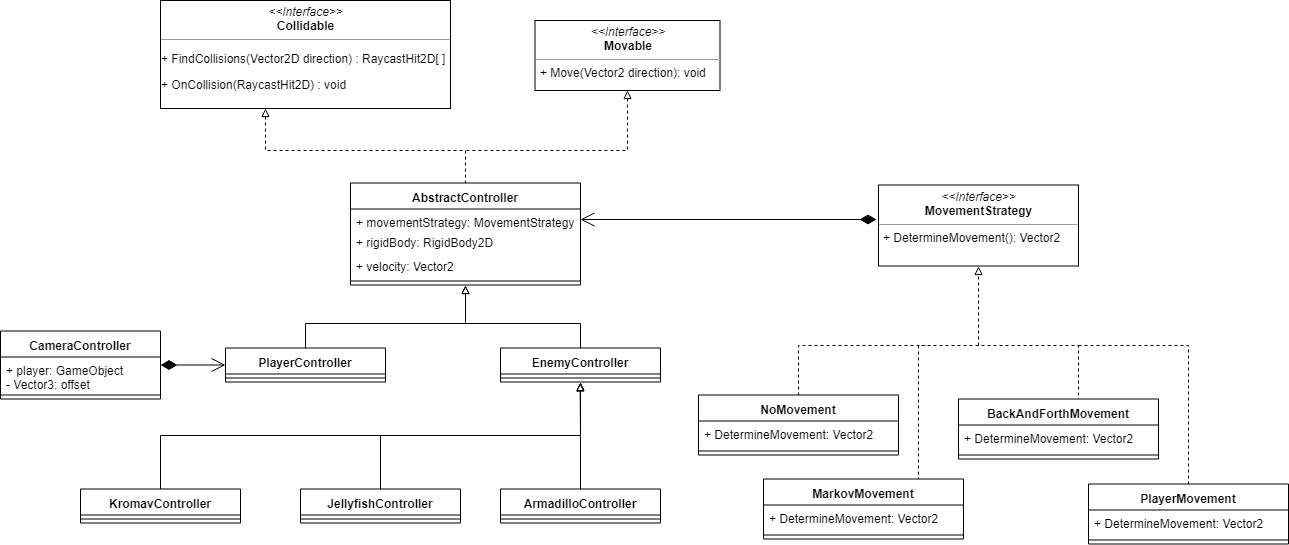
This is assets/img/uml_design.png from roberto-leandro/gloomnightgrove-website, a draw.io export, as it was before one commit. Source tidied: cells renumbered, new cells last; positions are measured from the earlier drawing's top-left corner, leaving out a move shared by most shapes.
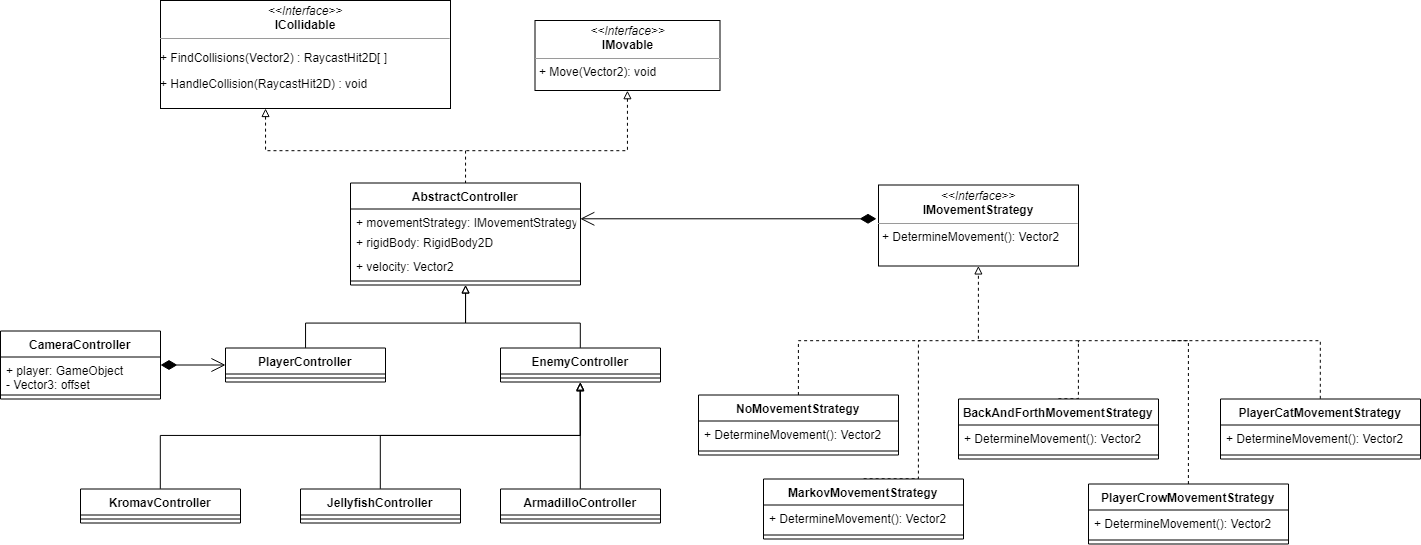
After the change.

Commit message:
Fixed some errors in the preliminary UML diagram.

What changed in the source:
```diff
@@ -24,7 +24,7 @@
         </Array>
       </mxGeometry>
     </mxCell>
-    <mxCell id="6" value="&lt;p style=&quot;margin: 0px ; margin-top: 4px ; text-align: center&quot;&gt;&lt;i&gt;&amp;lt;&amp;lt;Interface&amp;gt;&amp;gt;&lt;/i&gt;&lt;br&gt;&lt;b&gt;Movable&lt;/b&gt;&lt;/p&gt;&lt;hr size=&quot;1&quot;&gt;&lt;p style=&quot;margin: 0px ; margin-left: 4px&quot;&gt;+ Move(Vector2 direction): void&lt;/p&gt;" style="verticalAlign=top;align=left;overflow=fill;fontSize=12;fontFamily=Helvetica;html=1;" parent="1" vertex="1">
+    <mxCell id="6" value="&lt;p style=&quot;margin: 0px ; margin-top: 4px ; text-align: center&quot;&gt;&lt;i&gt;&amp;lt;&amp;lt;Interface&amp;gt;&amp;gt;&lt;/i&gt;&lt;br&gt;&lt;b&gt;IMovable&lt;/b&gt;&lt;/p&gt;&lt;hr size=&quot;1&quot;&gt;&lt;p style=&quot;margin: 0px ; margin-left: 4px&quot;&gt;+ Move(Vector2): void&lt;/p&gt;" style="verticalAlign=top;align=left;overflow=fill;fontSize=12;fontFamily=Helvetica;html=1;" parent="1" vertex="1">
       <mxGeometry x="534.5" y="20" width="185" height="70" as="geometry" />
     </mxCell>
     <mxCell id="7" style="edgeStyle=orthogonalEdgeStyle;rounded=0;jettySize=auto;html=1;endArrow=none;endFill=0;dashed=1;startArrow=block;startFill=0;entryX=0.5;entryY=0;entryDx=0;entryDy=0;" parent="1" edge="1" source="28" target="11">
@@ -52,7 +52,7 @@
     <mxCell id="11" value="AbstractController" style="swimlane;fontStyle=1;align=center;verticalAlign=top;horizontal=1;startSize=26;" parent="1" vertex="1">
       <mxGeometry x="350" y="182.5" width="230" height="102" as="geometry" />
     </mxCell>
-    <mxCell id="12" value="+ movementStrategy: MovementStrategy&#10;" style="text;strokeColor=none;fillColor=none;align=left;verticalAlign=top;spacingLeft=4;spacingRight=4;overflow=hidden;points=[[0,0.5],[1,0.5]];portConstraint=eastwest;" parent="11" vertex="1">
+    <mxCell id="12" value="+ movementStrategy: IMovementStrategy&#10;" style="text;strokeColor=none;fillColor=none;align=left;verticalAlign=top;spacingLeft=4;spacingRight=4;overflow=hidden;points=[[0,0.5],[1,0.5]];portConstraint=eastwest;" parent="11" vertex="1">
       <mxGeometry y="26" width="230" height="20" as="geometry" />
     </mxCell>
     <mxCell id="13" value="+ rigidBody: RigidBody2D&#10;" style="text;strokeColor=none;fillColor=none;align=left;verticalAlign=top;spacingLeft=4;spacingRight=4;overflow=hidden;" parent="11" vertex="1">
@@ -102,27 +102,28 @@
     <mxCell id="27" style="line;strokeWidth=1;fillColor=none;align=left;verticalAlign=middle;spacingTop=-1;spacingLeft=3;spacingRight=3;labelPosition=right;" parent="26" vertex="1">
       <mxGeometry y="26" width="160" height="8" as="geometry" />
     </mxCell>
-    <mxCell id="28" value="&lt;p style=&quot;margin: 0px ; margin-top: 4px ; text-align: center&quot;&gt;&lt;i&gt;&amp;lt;&amp;lt;Interface&amp;gt;&amp;gt;&lt;/i&gt;&lt;br&gt;&lt;b&gt;Collidable&lt;/b&gt;&lt;/p&gt;&lt;hr size=&quot;1&quot;&gt;&lt;p&gt;+ FindCollisions(Vector2D direction) : RaycastHit2D[ ]&lt;/p&gt;&lt;p&gt;+ OnCollision(RaycastHit2D) : void&amp;nbsp;&lt;/p&gt;" style="verticalAlign=top;align=left;overflow=fill;fontSize=12;fontFamily=Helvetica;html=1;" parent="1" vertex="1">
+    <mxCell id="28" value="&lt;p style=&quot;margin: 0px ; margin-top: 4px ; text-align: center&quot;&gt;&lt;i&gt;&amp;lt;&amp;lt;Interface&amp;gt;&amp;gt;&lt;/i&gt;&lt;br&gt;&lt;b&gt;ICollidable&lt;/b&gt;&lt;/p&gt;&lt;hr size=&quot;1&quot;&gt;&lt;p&gt;+ FindCollisions(Vector2) : RaycastHit2D[ ]&lt;/p&gt;&lt;p&gt;+ HandleCollision(RaycastHit2D) : void&amp;nbsp;&lt;/p&gt;" style="verticalAlign=top;align=left;overflow=fill;fontSize=12;fontFamily=Helvetica;html=1;" parent="1" vertex="1">
       <mxGeometry x="160" width="290" height="108" as="geometry" />
     </mxCell>
     <mxCell id="29" style="endArrow=open;html=1;endSize=12;startArrow=diamondThin;startSize=14;startFill=1;edgeStyle=orthogonalEdgeStyle;align=left;verticalAlign=bottom;" parent="1" edge="1" source="16" target="3">
       <mxGeometry x="-0.09" y="64" relative="1" as="geometry" />
     </mxCell>
-    <mxCell id="30" value="&lt;p style=&quot;margin: 0px ; margin-top: 4px ; text-align: center&quot;&gt;&lt;i&gt;&amp;lt;&amp;lt;Interface&amp;gt;&amp;gt;&lt;/i&gt;&lt;br&gt;&lt;b&gt;MovementStrategy&lt;/b&gt;&lt;/p&gt;&lt;hr size=&quot;1&quot;&gt;&lt;p style=&quot;margin: 0px ; margin-left: 4px&quot;&gt;&lt;span&gt;+ DetermineMovement(): Vector2&lt;/span&gt;&lt;br&gt;&lt;/p&gt;" style="verticalAlign=top;align=left;overflow=fill;fontSize=12;fontFamily=Helvetica;html=1;" parent="1" vertex="1">
+    <mxCell id="30" value="&lt;p style=&quot;margin: 0px ; margin-top: 4px ; text-align: center&quot;&gt;&lt;i&gt;&amp;lt;&amp;lt;Interface&amp;gt;&amp;gt;&lt;/i&gt;&lt;br&gt;&lt;b&gt;IMovementStrategy&lt;/b&gt;&lt;/p&gt;&lt;hr size=&quot;1&quot;&gt;&lt;p style=&quot;margin: 0px ; margin-left: 4px&quot;&gt;&lt;span&gt;+ DetermineMovement(): Vector2&lt;/span&gt;&lt;br&gt;&lt;/p&gt;" style="verticalAlign=top;align=left;overflow=fill;fontSize=12;fontFamily=Helvetica;html=1;" parent="1" vertex="1">
       <mxGeometry x="878" y="184.5" width="200" height="81" as="geometry" />
     </mxCell>
     <mxCell id="31" style="edgeStyle=orthogonalEdgeStyle;rounded=0;jettySize=auto;html=1;exitX=0.5;exitY=0;exitDx=0;exitDy=0;dashed=1;startArrow=none;startFill=0;endArrow=none;endFill=0;" parent="1" edge="1" source="32">
       <mxGeometry relative="1" as="geometry">
         <mxPoint x="1078" y="344.5" as="targetPoint" />
         <Array as="points">
-          <mxPoint x="1188" y="344.5" />
+          <mxPoint x="1188" y="340" />
+          <mxPoint x="1078" y="340" />
         </Array>
       </mxGeometry>
     </mxCell>
-    <mxCell id="32" value="PlayerMovement" style="swimlane;fontStyle=1;align=center;verticalAlign=top;horizontal=1;startSize=26;" parent="1" vertex="1">
+    <mxCell id="32" value="PlayerCrowMovementStrategy" style="swimlane;fontStyle=1;align=center;verticalAlign=top;horizontal=1;startSize=26;" parent="1" vertex="1">
       <mxGeometry x="1088" y="483.5" width="200" height="60" as="geometry" />
     </mxCell>
-    <mxCell id="33" value="+ DetermineMovement: Vector2" style="text;strokeColor=none;fillColor=none;align=left;verticalAlign=top;spacingLeft=4;spacingRight=4;overflow=hidden;" parent="32" vertex="1">
+    <mxCell id="33" value="+ DetermineMovement(): Vector2" style="text;strokeColor=none;fillColor=none;align=left;verticalAlign=top;spacingLeft=4;spacingRight=4;overflow=hidden;" parent="32" vertex="1">
       <mxGeometry y="26" width="200" height="26" as="geometry" />
     </mxCell>
     <mxCell id="34" style="line;strokeWidth=1;fillColor=none;align=left;verticalAlign=middle;spacingTop=-1;spacingLeft=3;spacingRight=3;labelPosition=right;" parent="32" vertex="1">
@@ -130,17 +131,18 @@
     </mxCell>
     <mxCell id="35" style="edgeStyle=orthogonalEdgeStyle;rounded=0;jettySize=auto;html=1;exitX=0.5;exitY=0;exitDx=0;exitDy=0;dashed=1;startArrow=none;startFill=0;endArrow=none;endFill=0;" parent="1" edge="1" source="36">
       <mxGeometry relative="1" as="geometry">
-        <mxPoint x="978" y="344.5" as="targetPoint" />
+        <mxPoint x="980" y="340" as="targetPoint" />
         <Array as="points">
-          <mxPoint x="918" y="478.5" />
-          <mxPoint x="918" y="344.5" />
+          <mxPoint x="918" y="478" />
+          <mxPoint x="918" y="340" />
+          <mxPoint x="970" y="340" />
         </Array>
       </mxGeometry>
     </mxCell>
-    <mxCell id="36" value="MarkovMovement" style="swimlane;fontStyle=1;align=center;verticalAlign=top;horizontal=1;startSize=26;" parent="1" vertex="1">
+    <mxCell id="36" value="MarkovMovementStrategy" style="swimlane;fontStyle=1;align=center;verticalAlign=top;horizontal=1;startSize=26;" parent="1" vertex="1">
       <mxGeometry x="763" y="478.5" width="200" height="60" as="geometry" />
     </mxCell>
-    <mxCell id="37" value="+ DetermineMovement: Vector2" style="text;strokeColor=none;fillColor=none;align=left;verticalAlign=top;spacingLeft=4;spacingRight=4;overflow=hidden;" parent="36" vertex="1">
+    <mxCell id="37" value="+ DetermineMovement(): Vector2" style="text;strokeColor=none;fillColor=none;align=left;verticalAlign=top;spacingLeft=4;spacingRight=4;overflow=hidden;" parent="36" vertex="1">
       <mxGeometry y="26" width="200" height="26" as="geometry" />
     </mxCell>
     <mxCell id="38" style="line;strokeWidth=1;fillColor=none;align=left;verticalAlign=middle;spacingTop=-1;spacingLeft=3;spacingRight=3;labelPosition=right;" parent="36" vertex="1">
@@ -149,15 +151,16 @@
     <mxCell id="39" style="edgeStyle=orthogonalEdgeStyle;rounded=0;jettySize=auto;html=1;exitX=0.5;exitY=0;exitDx=0;exitDy=0;entryX=0.5;entryY=1;entryDx=0;entryDy=0;dashed=1;startArrow=none;startFill=0;endArrow=block;endFill=0;" parent="1" edge="1" source="40" target="30">
       <mxGeometry relative="1" as="geometry">
         <Array as="points">
-          <mxPoint x="1078" y="344.5" />
-          <mxPoint x="978" y="344.5" />
+          <mxPoint x="1078" y="398" />
+          <mxPoint x="1078" y="340" />
+          <mxPoint x="978" y="340" />
         </Array>
       </mxGeometry>
     </mxCell>
-    <mxCell id="40" value="BackAndForthMovement" style="swimlane;fontStyle=1;align=center;verticalAlign=top;horizontal=1;startSize=26;" parent="1" vertex="1">
+    <mxCell id="40" value="BackAndForthMovementStrategy" style="swimlane;fontStyle=1;align=center;verticalAlign=top;horizontal=1;startSize=26;" parent="1" vertex="1">
       <mxGeometry x="958" y="398.5" width="200" height="60" as="geometry" />
     </mxCell>
-    <mxCell id="41" value="+ DetermineMovement: Vector2" style="text;strokeColor=none;fillColor=none;align=left;verticalAlign=top;spacingLeft=4;spacingRight=4;overflow=hidden;" parent="40" vertex="1">
+    <mxCell id="41" value="+ DetermineMovement(): Vector2" style="text;strokeColor=none;fillColor=none;align=left;verticalAlign=top;spacingLeft=4;spacingRight=4;overflow=hidden;" parent="40" vertex="1">
       <mxGeometry y="26" width="200" height="26" as="geometry" />
     </mxCell>
     <mxCell id="42" style="line;strokeWidth=1;fillColor=none;align=left;verticalAlign=middle;spacingTop=-1;spacingLeft=3;spacingRight=3;labelPosition=right;" parent="40" vertex="1">
@@ -165,17 +168,17 @@
     </mxCell>
     <mxCell id="43" style="edgeStyle=orthogonalEdgeStyle;rounded=0;jettySize=auto;html=1;exitX=0.5;exitY=0;exitDx=0;exitDy=0;dashed=1;startArrow=none;startFill=0;endArrow=none;endFill=0;" parent="1" edge="1" source="44">
       <mxGeometry relative="1" as="geometry">
-        <mxPoint x="928" y="344.5" as="targetPoint" />
+        <mxPoint x="920" y="340" as="targetPoint" />
         <Array as="points">
-          <mxPoint x="803" y="344.5" />
-          <mxPoint x="978" y="344.5" />
+          <mxPoint x="798" y="340" />
+          <mxPoint x="920" y="340" />
         </Array>
       </mxGeometry>
     </mxCell>
-    <mxCell id="44" value="NoMovement" style="swimlane;fontStyle=1;align=center;verticalAlign=top;horizontal=1;startSize=26;" parent="1" vertex="1">
+    <mxCell id="44" value="NoMovementStrategy" style="swimlane;fontStyle=1;align=center;verticalAlign=top;horizontal=1;startSize=26;" parent="1" vertex="1">
       <mxGeometry x="698" y="394.5" width="200" height="60" as="geometry" />
     </mxCell>
-    <mxCell id="45" value="+ DetermineMovement: Vector2" style="text;strokeColor=none;fillColor=none;align=left;verticalAlign=top;spacingLeft=4;spacingRight=4;overflow=hidden;" parent="44" vertex="1">
+    <mxCell id="45" value="+ DetermineMovement(): Vector2" style="text;strokeColor=none;fillColor=none;align=left;verticalAlign=top;spacingLeft=4;spacingRight=4;overflow=hidden;" parent="44" vertex="1">
       <mxGeometry y="26" width="200" height="26" as="geometry" />
     </mxCell>
     <mxCell id="46" style="line;strokeWidth=1;fillColor=none;align=left;verticalAlign=middle;spacingTop=-1;spacingLeft=3;spacingRight=3;labelPosition=right;" parent="44" vertex="1">
@@ -184,5 +187,23 @@
     <mxCell id="47" style="endArrow=open;html=1;endSize=12;startArrow=diamondThin;startSize=14;startFill=1;edgeStyle=orthogonalEdgeStyle;align=left;verticalAlign=bottom;entryX=1;entryY=0.5;entryDx=0;entryDy=0;exitX=-0.01;exitY=0.42;exitDx=0;exitDy=0;exitPerimeter=0;" parent="1" edge="1" source="30" target="12">
       <mxGeometry x="-0.09" y="64" relative="1" as="geometry" />
     </mxCell>
+    <mxCell id="48" style="edgeStyle=orthogonalEdgeStyle;rounded=0;jettySize=auto;html=1;exitX=0.5;exitY=0;exitDx=0;exitDy=0;dashed=1;endArrow=none;endFill=0;" parent="1" edge="1" source="49">
+      <mxGeometry relative="1" as="geometry">
+        <mxPoint x="1170" y="340" as="targetPoint" />
+        <Array as="points">
+          <mxPoint x="1320" y="340" />
+          <mxPoint x="1180" y="340" />
+        </Array>
+      </mxGeometry>
+    </mxCell>
+    <mxCell id="49" value="PlayerCatMovementStrategy" style="swimlane;fontStyle=1;align=center;verticalAlign=top;horizontal=1;startSize=26;" parent="1" vertex="1">
+      <mxGeometry x="1220" y="398.5" width="200" height="60" as="geometry" />
+    </mxCell>
+    <mxCell id="50" value="+ DetermineMovement(): Vector2" style="text;strokeColor=none;fillColor=none;align=left;verticalAlign=top;spacingLeft=4;spacingRight=4;overflow=hidden;" parent="49" vertex="1">
+      <mxGeometry y="26" width="200" height="26" as="geometry" />
+    </mxCell>
+    <mxCell id="51" style="line;strokeWidth=1;fillColor=none;align=left;verticalAlign=middle;spacingTop=-1;spacingLeft=3;spacingRight=3;labelPosition=right;" parent="49" vertex="1">
+      <mxGeometry y="52" width="200" height="8" as="geometry" />
+    </mxCell>
   </root>
 </mxGraphModel>
```
